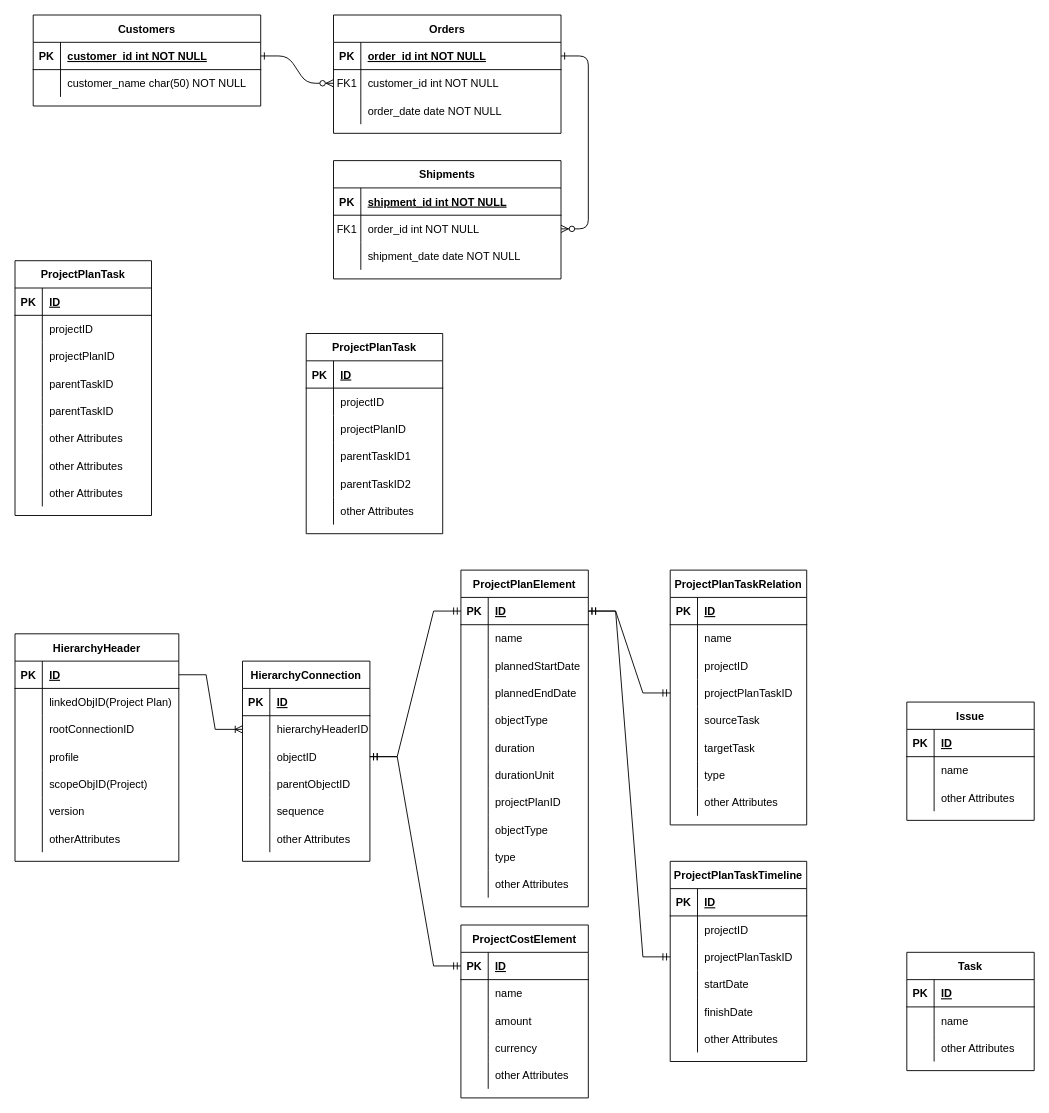
I302201/CPAPP keeps this draw.io diagram as EntityDiagram.drawio. Above is the earlier version. Source tidied: cells renumbered, new cells numbered last; positions are measured from the earlier drawing's top-left corner, leaving out a move shared by most shapes. Both pictures are drawn from the tidied source at 91%, with x=0, y=0 at pixel (15, 15).
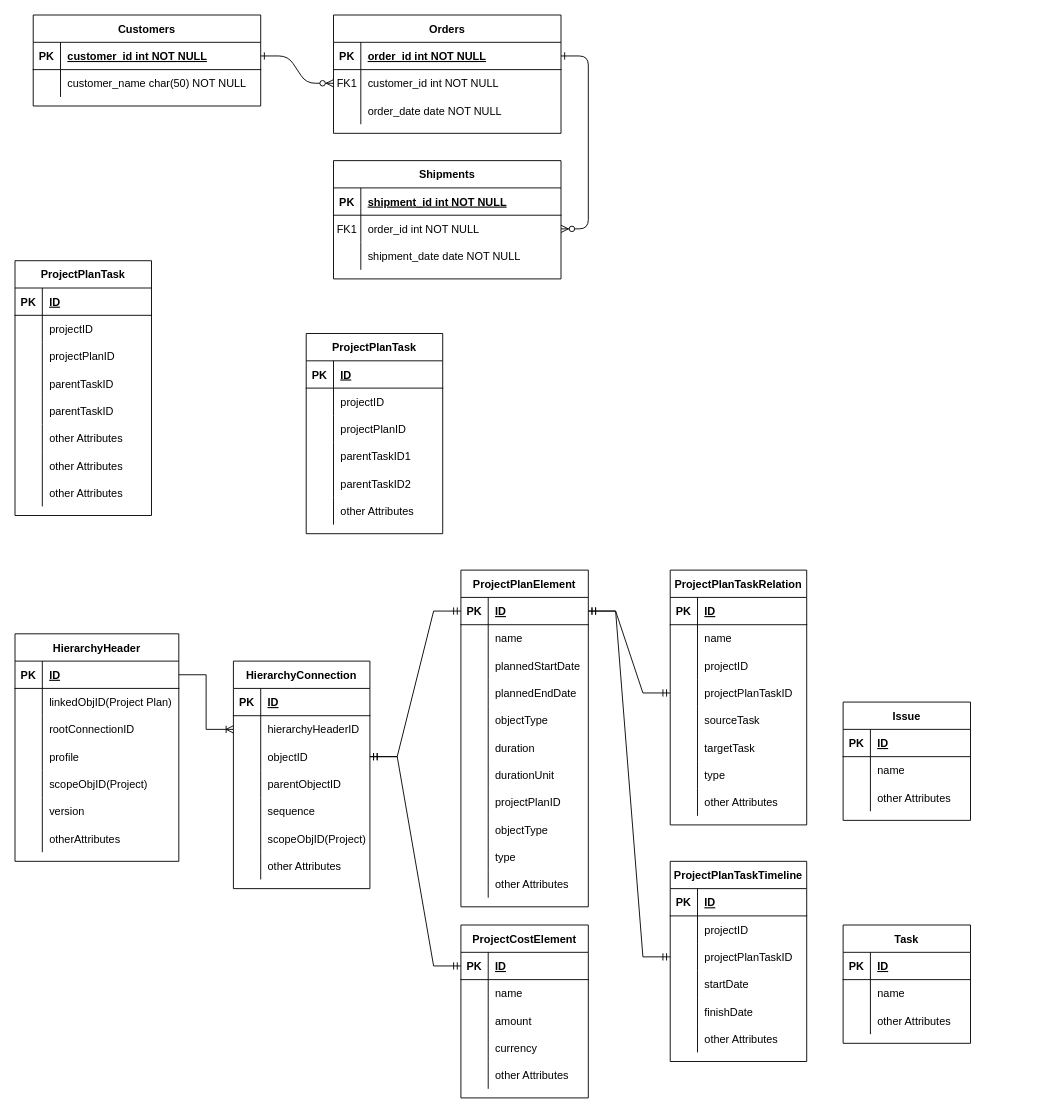
After the change.

Diff of the diagram source:
```diff
@@
     <mxCell id="97" value="HierarchyConnection" style="shape=table;startSize=30;childLayout=tableLayout;rowLines=0;fontStyle=1;align=center;" parent="1" vertex="1">
-      <mxGeometry x="250" y="710" width="140" height="220" as="geometry" />
+      <mxGeometry x="240" y="710" width="150" height="250" as="geometry" />
     </mxCell>
     <mxCell id="98" style="shape=partialRectangle;fillColor=none;top=0;left=0;right=0;bottom=1;" parent="97" vertex="1">
-      <mxGeometry y="30" width="140" height="30" as="geometry" />
+      <mxGeometry y="30" width="150" height="30" as="geometry" />
     </mxCell>
@@
     <mxCell id="100" value="ID" style="shape=partialRectangle;overflow=hidden;fillColor=none;top=0;left=0;bottom=0;right=0;align=left;spacingLeft=6;fontStyle=5;" parent="98" vertex="1">
-      <mxGeometry x="30" width="110" height="30" as="geometry" />
+      <mxGeometry x="30" width="120" height="30" as="geometry" />
     </mxCell>
     <mxCell id="101" style="shape=partialRectangle;fillColor=none;points=[[0,0.5],[1,0.5]];portConstraint=eastwest;top=0;left=0;right=0;bottom=0;" parent="97" vertex="1">
-      <mxGeometry y="60" width="140" height="30" as="geometry" />
+      <mxGeometry y="60" width="150" height="30" as="geometry" />
     </mxCell>
@@
     <mxCell id="103" value="hierarchyHeaderID" style="shape=partialRectangle;overflow=hidden;fillColor=none;top=0;left=0;bottom=0;right=0;align=left;spacingLeft=6;" parent="101" vertex="1">
-      <mxGeometry x="30" width="110" height="30" as="geometry" />
+      <mxGeometry x="30" width="120" height="30" as="geometry" />
     </mxCell>
     <mxCell id="104" style="shape=partialRectangle;fillColor=none;points=[[0,0.5],[1,0.5]];portConstraint=eastwest;top=0;left=0;right=0;bottom=0;" parent="97" vertex="1">
-      <mxGeometry y="90" width="140" height="30" as="geometry" />
+      <mxGeometry y="90" width="150" height="30" as="geometry" />
     </mxCell>
@@
     <mxCell id="106" value="objectID" style="shape=partialRectangle;overflow=hidden;fillColor=none;top=0;left=0;bottom=0;right=0;align=left;spacingLeft=6;" parent="104" vertex="1">
-      <mxGeometry x="30" width="110" height="30" as="geometry" />
+      <mxGeometry x="30" width="120" height="30" as="geometry" />
     </mxCell>
     <mxCell id="107" style="shape=partialRectangle;fillColor=none;top=0;left=0;right=0;bottom=0;" parent="97" vertex="1">
-      <mxGeometry y="120" width="140" height="30" as="geometry" />
+      <mxGeometry y="120" width="150" height="30" as="geometry" />
     </mxCell>
@@
     <mxCell id="109" value="parentObjectID" style="shape=partialRectangle;overflow=hidden;fillColor=none;top=0;left=0;bottom=0;right=0;align=left;spacingLeft=6;" parent="107" vertex="1">
-      <mxGeometry x="30" width="110" height="30" as="geometry" />
+      <mxGeometry x="30" width="120" height="30" as="geometry" />
     </mxCell>
     <mxCell id="110" style="shape=partialRectangle;fillColor=none;top=0;left=0;right=0;bottom=0;" parent="97" vertex="1">
-      <mxGeometry y="150" width="140" height="30" as="geometry" />
+      <mxGeometry y="150" width="150" height="30" as="geometry" />
     </mxCell>
@@
     <mxCell id="112" value="sequence" style="shape=partialRectangle;overflow=hidden;fillColor=none;top=0;left=0;bottom=0;right=0;align=left;spacingLeft=6;" parent="110" vertex="1">
-      <mxGeometry x="30" width="110" height="30" as="geometry" />
+      <mxGeometry x="30" width="120" height="30" as="geometry" />
     </mxCell>
     <mxCell id="113" style="shape=partialRectangle;fillColor=none;top=0;left=0;right=0;bottom=0;" parent="97" vertex="1">
-      <mxGeometry y="180" width="140" height="30" as="geometry" />
+      <mxGeometry y="180" width="150" height="30" as="geometry" />
     </mxCell>
@@
-    <mxCell id="115" value="other Attributes" style="shape=partialRectangle;overflow=hidden;fillColor=none;top=0;left=0;bottom=0;right=0;align=left;spacingLeft=6;" parent="113" vertex="1">
-      <mxGeometry x="30" width="110" height="30" as="geometry" />
+    <mxCell id="115" value="scopeObjID(Project)" style="shape=partialRectangle;overflow=hidden;fillColor=none;top=0;left=0;bottom=0;right=0;align=left;spacingLeft=6;" parent="113" vertex="1">
+      <mxGeometry x="30" width="120" height="30" as="geometry" />
     </mxCell>
+    <mxCell id="235" style="shape=partialRectangle;fillColor=none;top=0;left=0;right=0;bottom=0;" parent="97" vertex="1">
+      <mxGeometry y="210" width="150" height="30" as="geometry" />
+    </mxCell>
+    <mxCell id="236" style="shape=partialRectangle;overflow=hidden;fillColor=none;top=0;left=0;bottom=0;right=0;" parent="235" vertex="1">
+      <mxGeometry width="30" height="30" as="geometry" />
+    </mxCell>
+    <mxCell id="237" value="other Attributes" style="shape=partialRectangle;overflow=hidden;fillColor=none;top=0;left=0;bottom=0;right=0;align=left;spacingLeft=6;" parent="235" vertex="1">
+      <mxGeometry x="30" width="120" height="30" as="geometry" />
+    </mxCell>
@@
     <mxCell id="169" value="Issue" style="shape=table;startSize=30;childLayout=tableLayout;rowLines=0;fontStyle=1;align=center;" parent="1" vertex="1">
-      <mxGeometry x="980" y="755" width="140" height="130" as="geometry" />
+      <mxGeometry x="910" y="755" width="140" height="130" as="geometry" />
     </mxCell>
@@
     <mxCell id="179" value="Task" style="shape=table;startSize=30;childLayout=tableLayout;rowLines=0;fontStyle=1;align=center;" parent="1" vertex="1">
-      <mxGeometry x="980" y="1030" width="140" height="130" as="geometry" />
+      <mxGeometry x="910" y="1000" width="140" height="130" as="geometry" />
     </mxCell>
```
